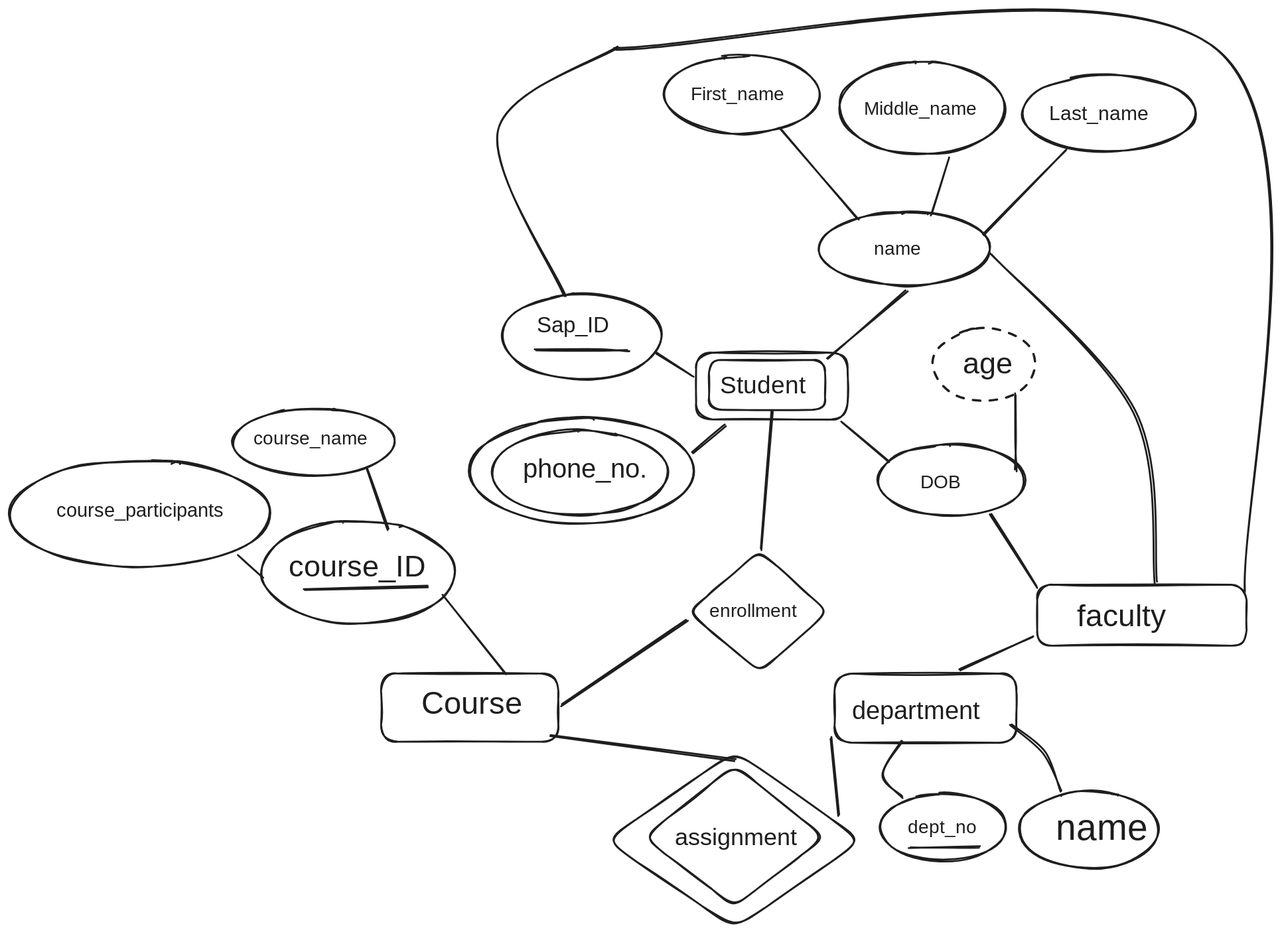
Earlier version of the Excalidraw export Notes Factory/Semister 3/Rough Work/t1.excalidraw.svg (P7XCKD/NF). Source tidied: one line per element, renumbered; positions are measured from the earlier drawing's top-left corner, leaving out a move shared by most shapes.
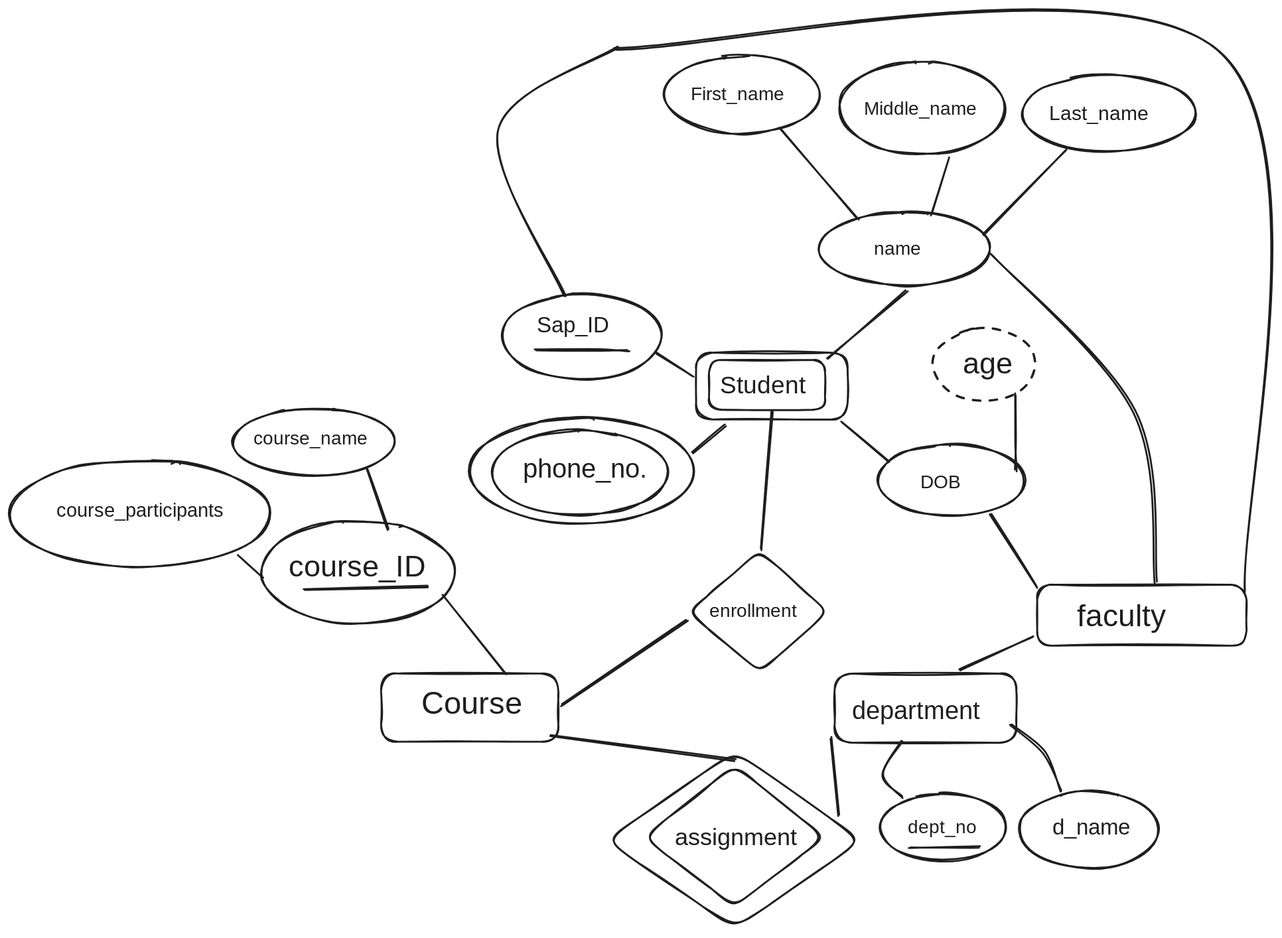
The same file after the commit.

What changed in the source:
```diff
@@ -63,4 +63,4 @@
 {"id": 62, "type": "line", "strokeColor": "#1e1e1e", "strokeWidth": 2, "roughness": 1, "round": true, "x": 969, "y": 862, "width": 76, "height": 2, "points": [[0, 0], [76, -2]]}
 {"id": 63, "type": "line", "strokeColor": "#1e1e1e", "strokeWidth": 2, "roughness": 1, "round": true, "x": 1078, "y": 728, "width": 55, "height": 73, "points": [[0, 0], [36, 32], [55, 73]]}
 {"id": 64, "type": "ellipse", "strokeColor": "#1e1e1e", "strokeWidth": 2, "roughness": 1, "round": true, "x": 1087, "y": 801, "width": 150, "height": 82}
-{"id": 65, "type": "text", "text": "name", "strokeColor": "#1e1e1e", "strokeWidth": 2, "roughness": 1, "fontSize": 39.18, "fontFamily": 1, "x": 1127, "y": 817, "width": 91, "height": 49}
+{"id": 65, "type": "text", "text": "d_name", "strokeColor": "#1e1e1e", "strokeWidth": 2, "roughness": 1, "fontSize": 23.59, "fontFamily": 1, "x": 1123, "y": 826, "width": 87, "height": 29}
```
